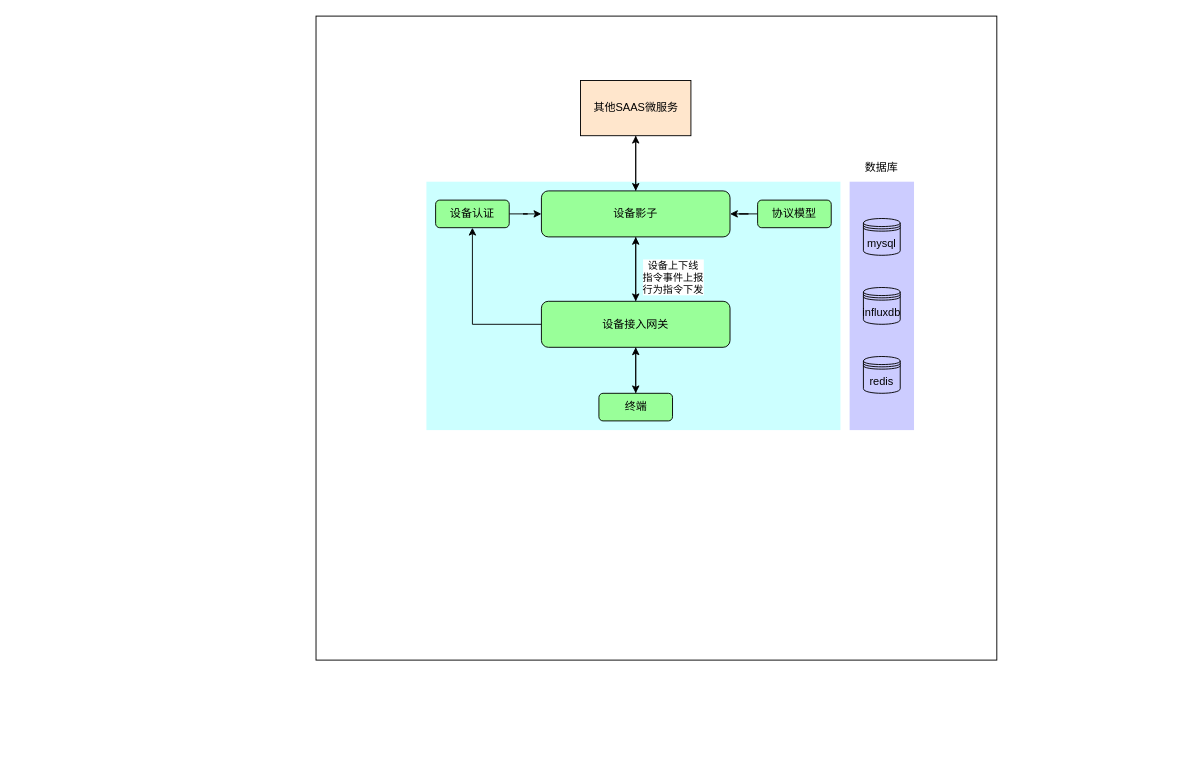
Before: 未命名绘图.drawio in plqa124578/java-wu, a draw.io diagram. Source tidied: cells renumbered, new cells numbered last; positions are measured from the earlier drawing's top-left corner, leaving out a move shared by most shapes. Both pictures are drawn from the tidied source at 92%, with x=0, y=0 at pixel (316, 16).
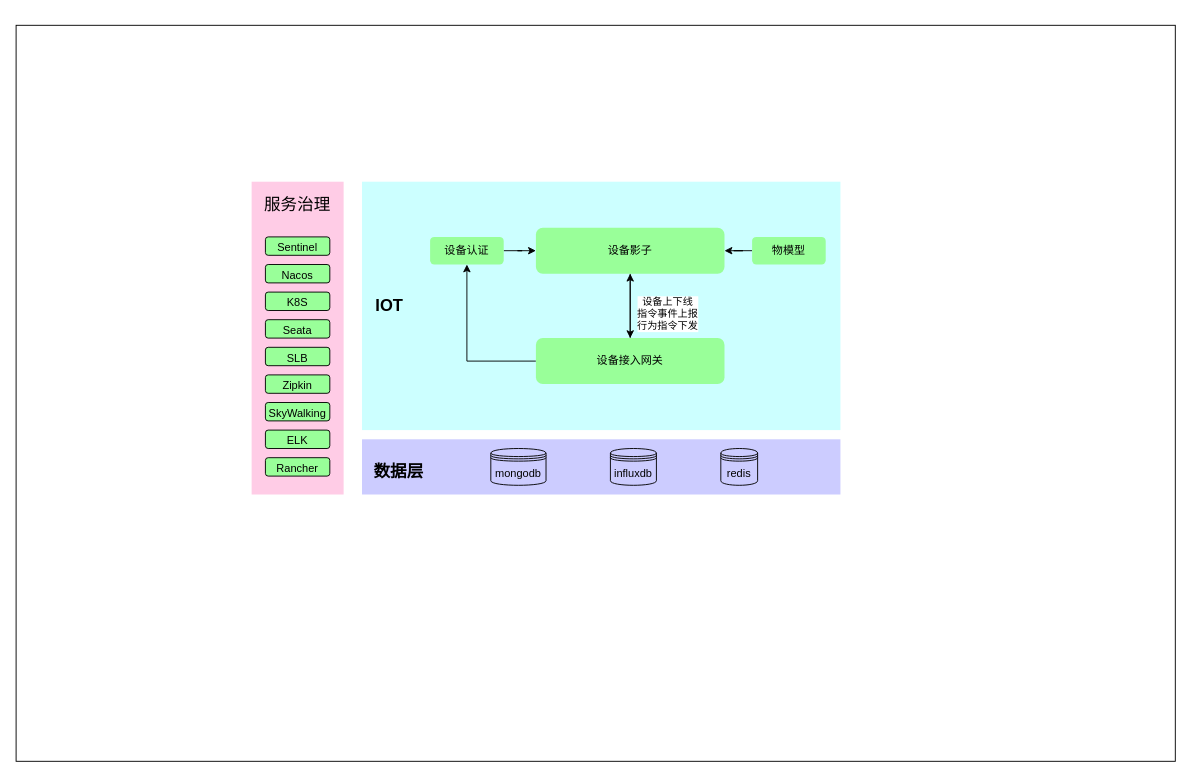
After the change.

What changed in the source:
```diff
@@
     <mxCell id="2" style="rounded=0;whiteSpace=wrap;html=1;" parent="1" vertex="1">
-      <mxGeometry width="740" height="700" as="geometry" />
+      <mxGeometry x="-326" y="10" width="1260" height="800" as="geometry" />
     </mxCell>
     <mxCell id="3" style="rounded=0;whiteSpace=wrap;html=1;fillColor=#CCFFFF;strokeColor=none;" parent="1" vertex="1">
-      <mxGeometry x="120" y="180" width="450" height="270" as="geometry" />
+      <mxGeometry x="50" y="180" width="520" height="270" as="geometry" />
     </mxCell>
@@
-    <mxCell id="11" style="edgeStyle=orthogonalEdgeStyle;rounded=0;jettySize=auto;html=1;" parent="1" edge="1" source="12" target="16">
-      <mxGeometry relative="1" as="geometry" />
-    </mxCell>
-    <mxCell id="12" value="终端" style="rounded=1;whiteSpace=wrap;html=1;fillColor=#99FF99;" parent="1" vertex="1">
-      <mxGeometry x="307.5" y="410" width="80" height="30" as="geometry" />
-    </mxCell>
-    <mxCell id="13" style="edgeStyle=orthogonalEdgeStyle;rounded=0;jettySize=auto;html=1;" parent="1" edge="1" source="16" target="12">
-      <mxGeometry relative="1" as="geometry" />
-    </mxCell>
@@
-    <mxCell id="16" value="设备接入网关" style="rounded=1;whiteSpace=wrap;html=1;fillColor=#99FF99;" parent="1" vertex="1">
-      <mxGeometry x="245" y="310" width="205" height="50" as="geometry" />
+    <mxCell id="16" value="设备接入网关" style="rounded=1;whiteSpace=wrap;html=1;fillColor=#99FF99;strokeColor=none;" parent="1" vertex="1">
+      <mxGeometry x="239" y="350" width="205" height="50" as="geometry" />
     </mxCell>
@@
-    <mxCell id="18" value="设备认证" style="rounded=1;whiteSpace=wrap;html=1;fillColor=#99FF99;" parent="1" vertex="1">
-      <mxGeometry x="130" y="200" width="80" height="30" as="geometry" />
+    <mxCell id="18" value="设备认证" style="rounded=1;whiteSpace=wrap;html=1;fillColor=#99FF99;strokeColor=none;" parent="1" vertex="1">
+      <mxGeometry x="124" y="240" width="80" height="30" as="geometry" />
     </mxCell>
@@
-    <mxCell id="21" style="edgeStyle=orthogonalEdgeStyle;rounded=0;jettySize=auto;html=1;" parent="1" edge="1" source="22" target="31">
-      <mxGeometry relative="1" as="geometry" />
-    </mxCell>
-    <mxCell id="22" value="设备影子" style="rounded=1;whiteSpace=wrap;html=1;fillColor=#99FF99;" parent="1" vertex="1">
-      <mxGeometry x="245" y="190" width="205" height="50" as="geometry" />
+    <mxCell id="22" value="设备影子" style="rounded=1;whiteSpace=wrap;html=1;fillColor=#99FF99;strokeColor=none;" parent="1" vertex="1">
+      <mxGeometry x="239" y="230" width="205" height="50" as="geometry" />
     </mxCell>
@@
-    <mxCell id="24" value="协议模型" style="rounded=1;whiteSpace=wrap;html=1;fillColor=#99FF99;" parent="1" vertex="1">
-      <mxGeometry x="480" y="200" width="80" height="30" as="geometry" />
+    <mxCell id="24" value="物模型" style="rounded=1;whiteSpace=wrap;html=1;fillColor=#99FF99;strokeColor=none;" parent="1" vertex="1">
+      <mxGeometry x="474" y="240" width="80" height="30" as="geometry" />
     </mxCell>
     <mxCell id="25" style="rounded=0;whiteSpace=wrap;html=1;fillColor=#CCCCFF;strokeColor=none;" parent="1" vertex="1">
-      <mxGeometry x="580" y="180" width="70" height="270" as="geometry" />
+      <mxGeometry x="50" y="460" width="520" height="60" as="geometry" />
     </mxCell>
-    <mxCell id="26" value="数据库" style="text;html=1;strokeColor=none;fillColor=none;align=center;verticalAlign=middle;whiteSpace=wrap;rounded=0;" parent="1" vertex="1">
-      <mxGeometry x="585" y="150" width="60" height="30" as="geometry" />
-    </mxCell>
-    <mxCell id="27" value="mysql" style="shape=datastore;whiteSpace=wrap;html=1;fillColor=#CCCCFF;" parent="1" vertex="1">
-      <mxGeometry x="595" y="220" width="40" height="40" as="geometry" />
+    <mxCell id="27" value="mongodb" style="shape=datastore;whiteSpace=wrap;html=1;fillColor=#CCCCFF;strokeColor=default;" parent="1" vertex="1">
+      <mxGeometry x="190" y="470" width="60" height="40" as="geometry" />
     </mxCell>
-    <mxCell id="28" value="influxdb" style="shape=datastore;whiteSpace=wrap;html=1;fillColor=#CCCCFF;" parent="1" vertex="1">
-      <mxGeometry x="595" y="295" width="40" height="40" as="geometry" />
+    <mxCell id="28" value="influxdb" style="shape=datastore;whiteSpace=wrap;html=1;fillColor=#CCCCFF;strokeColor=default;" parent="1" vertex="1">
+      <mxGeometry x="320" y="470" width="50" height="40" as="geometry" />
     </mxCell>
-    <mxCell id="29" value="redis" style="shape=datastore;whiteSpace=wrap;html=1;fillColor=#CCCCFF;" parent="1" vertex="1">
-      <mxGeometry x="595" y="370" width="40" height="40" as="geometry" />
+    <mxCell id="29" value="redis" style="shape=datastore;whiteSpace=wrap;html=1;fillColor=#CCCCFF;strokeColor=default;" parent="1" vertex="1">
+      <mxGeometry x="440" y="470" width="40" height="40" as="geometry" />
     </mxCell>
-    <mxCell id="30" style="edgeStyle=orthogonalEdgeStyle;rounded=0;jettySize=auto;html=1;" parent="1" edge="1" source="31" target="22">
-      <mxGeometry relative="1" as="geometry" />
-    </mxCell>
-    <mxCell id="31" value="其他SAAS微服务" style="rounded=0;whiteSpace=wrap;html=1;fillColor=#FFE6CC;" parent="1" vertex="1">
-      <mxGeometry x="287.5" y="70" width="120" height="60" as="geometry" />
-    </mxCell>
+    <mxCell id="32" value="&lt;b&gt;&lt;font style=&quot;font-size: 18px;&quot;&gt;数据层&lt;/font&gt;&lt;/b&gt;" style="text;html=1;strokeColor=none;fillColor=none;align=center;verticalAlign=middle;whiteSpace=wrap;rounded=0;" parent="1" vertex="1">
+      <mxGeometry x="60" y="480" width="60" height="30" as="geometry" />
+    </mxCell>
+    <mxCell id="33" value="&lt;b&gt;&lt;font style=&quot;font-size: 18px;&quot;&gt;IOT&lt;/font&gt;&lt;/b&gt;" style="text;html=1;strokeColor=none;fillColor=none;align=center;verticalAlign=middle;whiteSpace=wrap;rounded=0;" parent="1" vertex="1">
+      <mxGeometry x="50" y="300" width="60" height="30" as="geometry" />
+    </mxCell>
+    <mxCell id="34" style="rounded=0;whiteSpace=wrap;html=1;fontSize=18;strokeColor=none;fillColor=#FFCCE6;" parent="1" vertex="1">
+      <mxGeometry x="-70" y="180" width="100" height="340" as="geometry" />
+    </mxCell>
+    <mxCell id="35" value="&lt;font style=&quot;font-size: 12px;&quot;&gt;Sentinel&lt;/font&gt;" style="rounded=1;whiteSpace=wrap;html=1;fontSize=18;strokeColor=default;fillColor=#99FF99;" parent="1" vertex="1">
+      <mxGeometry x="-55" y="240" width="70" height="20" as="geometry" />
+    </mxCell>
+    <mxCell id="36" value="&lt;font style=&quot;font-size: 18px;&quot;&gt;服务治理&lt;/font&gt;" style="text;html=1;strokeColor=none;fillColor=none;align=center;verticalAlign=middle;whiteSpace=wrap;rounded=0;fontSize=12;" parent="1" vertex="1">
+      <mxGeometry x="-60" y="190" width="80" height="30" as="geometry" />
+    </mxCell>
+    <mxCell id="37" value="&lt;font style=&quot;font-size: 12px;&quot;&gt;Nacos&lt;/font&gt;" style="rounded=1;whiteSpace=wrap;html=1;fontSize=18;strokeColor=default;fillColor=#99FF99;" parent="1" vertex="1">
+      <mxGeometry x="-55" y="270" width="70" height="20" as="geometry" />
+    </mxCell>
+    <mxCell id="38" value="&lt;font style=&quot;font-size: 12px;&quot;&gt;K8S&lt;/font&gt;" style="rounded=1;whiteSpace=wrap;html=1;fontSize=18;strokeColor=default;fillColor=#99FF99;" parent="1" vertex="1">
+      <mxGeometry x="-55" y="300" width="70" height="20" as="geometry" />
+    </mxCell>
+    <mxCell id="39" value="&lt;font style=&quot;font-size: 12px;&quot;&gt;Seata&lt;/font&gt;" style="rounded=1;whiteSpace=wrap;html=1;fontSize=18;strokeColor=default;fillColor=#99FF99;" parent="1" vertex="1">
+      <mxGeometry x="-55" y="330" width="70" height="20" as="geometry" />
+    </mxCell>
+    <mxCell id="40" value="&lt;font style=&quot;font-size: 12px;&quot;&gt;SLB&lt;/font&gt;" style="rounded=1;whiteSpace=wrap;html=1;fontSize=18;strokeColor=default;fillColor=#99FF99;" parent="1" vertex="1">
+      <mxGeometry x="-55" y="360" width="70" height="20" as="geometry" />
+    </mxCell>
+    <mxCell id="41" value="&lt;font style=&quot;font-size: 12px;&quot;&gt;Zipkin&lt;/font&gt;" style="rounded=1;whiteSpace=wrap;html=1;fontSize=18;strokeColor=default;fillColor=#99FF99;" parent="1" vertex="1">
+      <mxGeometry x="-55" y="390" width="70" height="20" as="geometry" />
+    </mxCell>
+    <mxCell id="42" value="&lt;span style=&quot;font-size: 12px;&quot;&gt;SkyWalking&lt;/span&gt;" style="rounded=1;whiteSpace=wrap;html=1;fontSize=18;strokeColor=default;fillColor=#99FF99;" parent="1" vertex="1">
+      <mxGeometry x="-55" y="420" width="70" height="20" as="geometry" />
+    </mxCell>
+    <mxCell id="43" value="&lt;font style=&quot;font-size: 12px;&quot;&gt;ELK&lt;/font&gt;" style="rounded=1;whiteSpace=wrap;html=1;fontSize=18;strokeColor=default;fillColor=#99FF99;" parent="1" vertex="1">
+      <mxGeometry x="-55" y="450" width="70" height="20" as="geometry" />
+    </mxCell>
+    <mxCell id="44" value="&lt;font style=&quot;font-size: 12px;&quot;&gt;Rancher&lt;/font&gt;" style="rounded=1;whiteSpace=wrap;html=1;fontSize=18;strokeColor=default;fillColor=#99FF99;" parent="1" vertex="1">
+      <mxGeometry x="-55" y="480" width="70" height="20" as="geometry" />
+    </mxCell>
```
